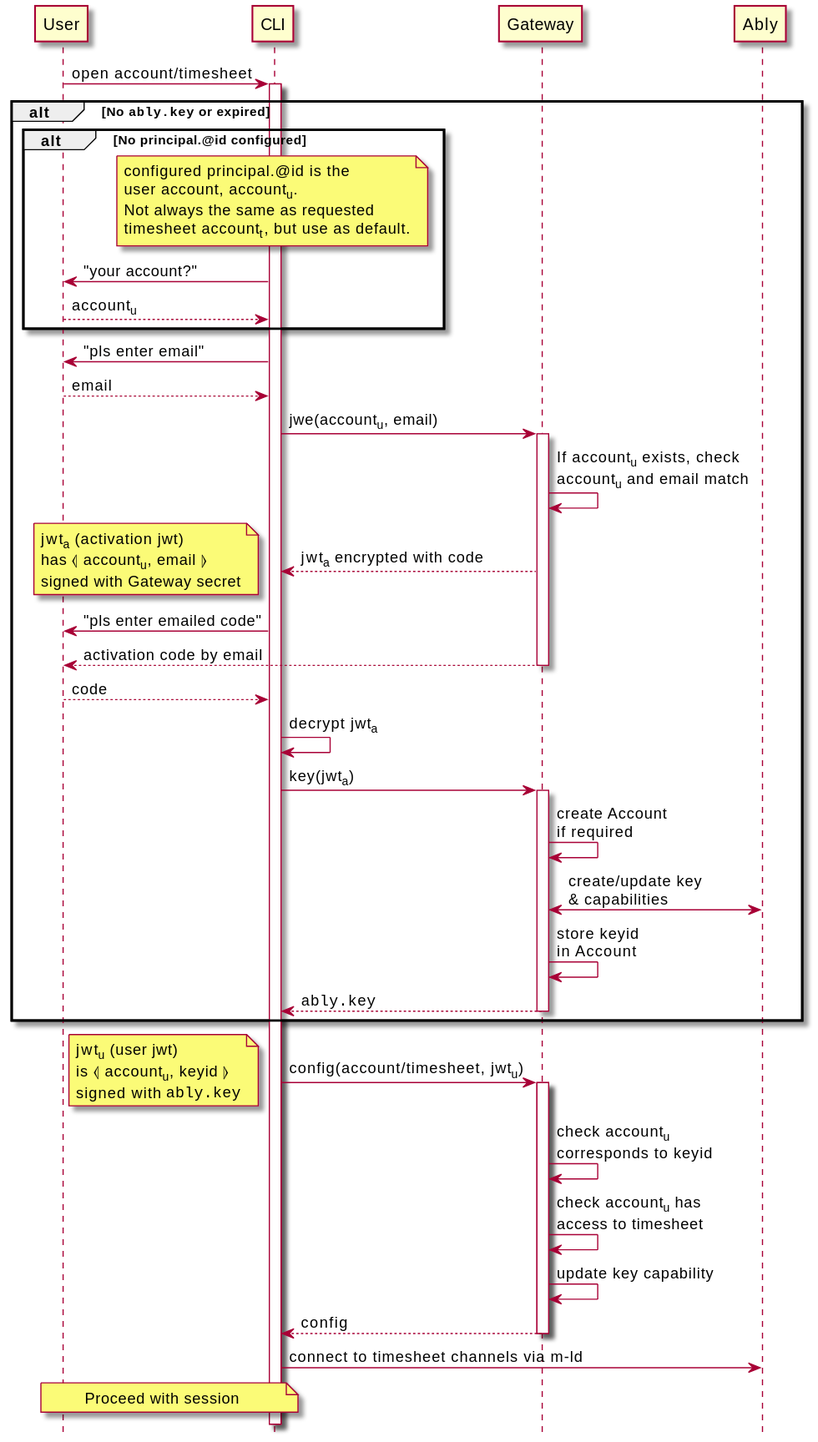
The PlantUML diagram architecture/security/img/register-cli.seq.svg in m-ld/timeld, before a commit. The source it was exported from:
```plantuml
@startuml
hide footbox

User -> CLI ++: open account/timesheet
alt No ""ably.key"" or expired
  alt No principal.@id configured
    note over CLI
      configured principal.@id is the
      user account, account<sub>u</sub>.
      Not always the same as requested
      timesheet account<sub>t</sub>, but use as default.
    end note
    CLI -> User: "your account?"
    User --> CLI: account<sub>u</sub>
  end
  CLI -> User: "pls enter email"
  User --> CLI: email
  CLI -> Gateway ++: jwe(account<sub>u</sub>, email)
  Gateway -> Gateway: If account<sub>u</sub> exists, check\naccount<sub>u</sub> and email match
  Gateway --> CLI: jwt<sub>a</sub> encrypted with code
  note left
    jwt<sub>a</sub> (activation jwt)
    has ⦉ account<sub>u</sub>, email ⦊
    signed with Gateway secret
  end note
  CLI -> User: "pls enter emailed code"
  Gateway --> User --: activation code by email

  User --> CLI: code
  CLI -> CLI: decrypt jwt<sub>a</sub>
  CLI -> Gateway ++: key(jwt<sub>a</sub>)
  Gateway -> Gateway: create Account\nif required
  Gateway <-> Ably: create/update key\n& capabilities
  Gateway -> Gateway: store keyid\nin Account
  return ""ably.key""
end

CLI -> Gateway ++: config(account/timesheet, jwt<sub>u</sub>)
note left
  jwt<sub>u</sub> (user jwt)
  is ⦉ account<sub>u</sub>, keyid ⦊
  signed with ""ably.key""
end note
Gateway -> Gateway: check account<sub>u</sub>\ncorresponds to keyid
Gateway -> Gateway: check account<sub>u</sub> has\naccess to timesheet
Gateway -> Gateway: update key capability
return config

CLI -> Ably: connect to timesheet channels via m-ld
note over User, CLI: Proceed with session

@enduml
```
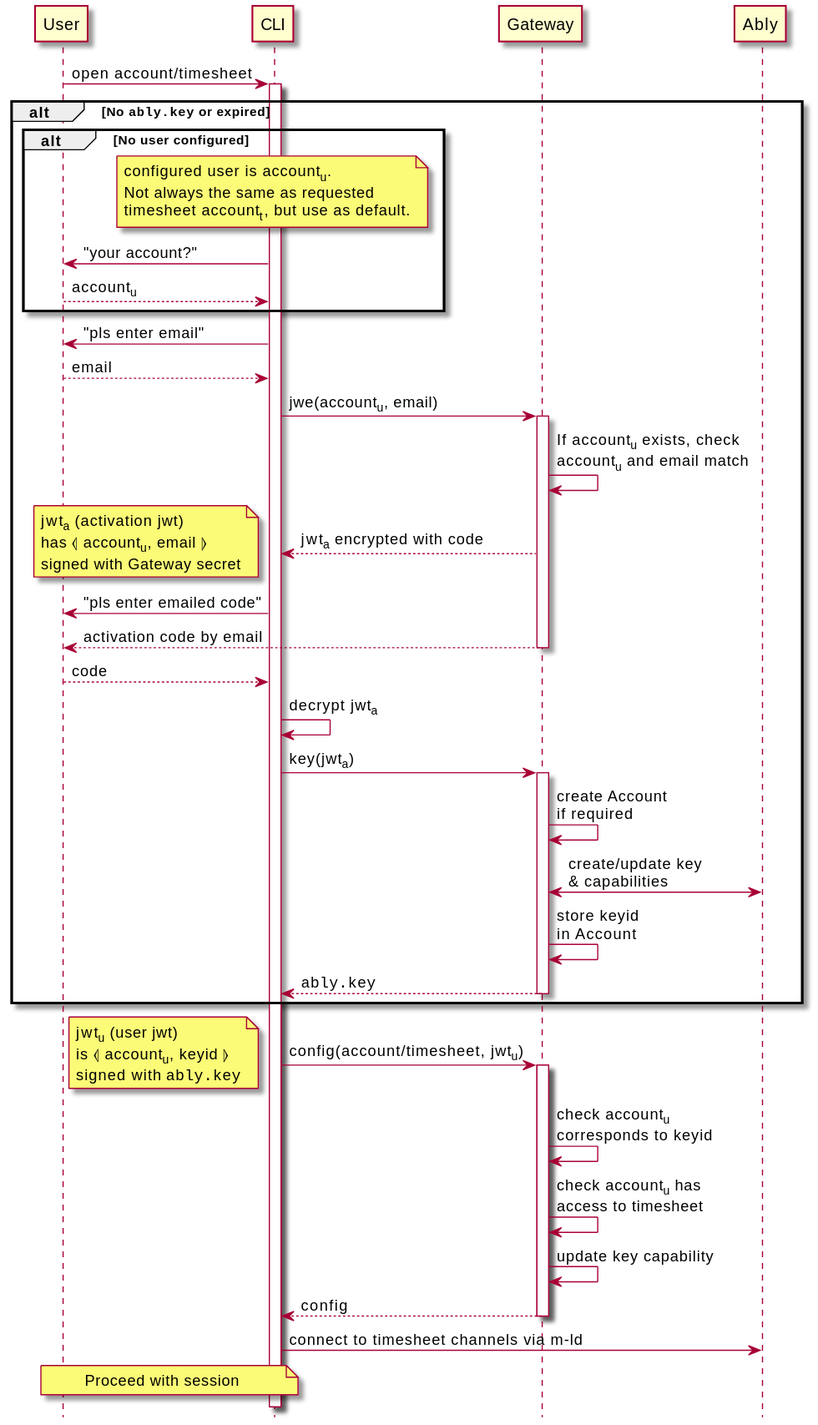
Later version of the same file.

Commit message:
#16: Security refinement: timesheet project can only be changed via timesheet owning account

Change to the diagram source:
```diff
@@ -3,10 +3,9 @@
 
 User -> CLI ++: open account/timesheet
 alt No ""ably.key"" or expired
-  alt No principal.@id configured
+  alt No user configured
     note over CLI
-      configured principal.@id is the
-      user account, account<sub>u</sub>.
+      configured user is account<sub>u</sub>.
       Not always the same as requested
       timesheet account<sub>t</sub>, but use as default.
     end note
```
